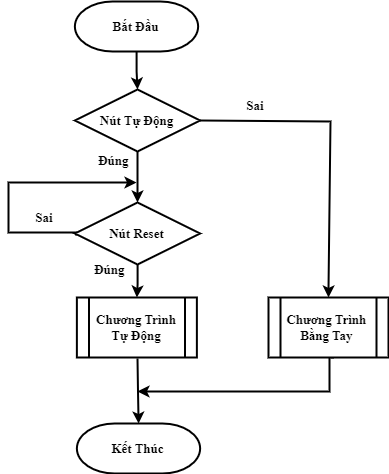
Before: main.png, a diagram exported from draw.io (nguyentienkhoa050401/mon-hoc). Source tidied: cells renumbered, new cells last; positions are measured from the earlier drawing's top-left corner, leaving out a move shared by most shapes.
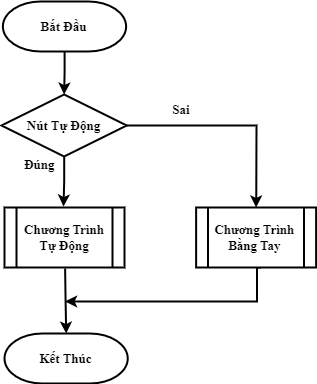
The same diagram one commit later.

Commit message:
Cập nhật main.png

The edit, as a diff of the source:
```diff
@@ -2,77 +2,56 @@
   <root>
     <mxCell id="0" />
     <mxCell id="1" parent="0" />
-    <mxCell id="2" style="edgeStyle=orthogonalEdgeStyle;rounded=0;jettySize=auto;html=1;fontSize=13;fontColor=#000000;strokeWidth=2;fontFamily=Times New Roman;fontStyle=1;entryX=0.5;entryY=0;entryDx=0;entryDy=0;" parent="1" edge="1" source="3" target="6">
+    <mxCell id="2" style="edgeStyle=orthogonalEdgeStyle;rounded=0;jettySize=auto;html=1;entryX=0.5;entryY=0;entryDx=0;entryDy=0;strokeWidth=2;" parent="1" edge="1" source="3" target="6">
       <mxGeometry relative="1" as="geometry" />
     </mxCell>
     <mxCell id="3" value="&lt;span style=&quot;font-size: 13px;&quot;&gt;&lt;font style=&quot;font-size: 13px;&quot;&gt;Bắt Đầu&lt;/font&gt;&lt;/span&gt;" style="fontSize=13;zwfType=basicShape;strokeWidth=2;html=1;shape=mxgraph.flowchart.terminator;whiteSpace=wrap;fontFamily=Times New Roman;fontStyle=1;" parent="1" vertex="1">
-      <mxGeometry x="66.4" width="123.2" height="50" as="geometry" />
+      <mxGeometry x="-31.6" y="-513" width="123.2" height="50" as="geometry" />
     </mxCell>
-    <mxCell id="4" value="Đúng&amp;nbsp;" style="text;html=1;align=center;verticalAlign=middle;whiteSpace=wrap;rounded=0;fillStyle=solid;strokeWidth=2;fontSize=13;fontFamily=Times New Roman;fontStyle=1;" parent="1" vertex="1">
-      <mxGeometry x="73" y="253" width="60" height="30" as="geometry" />
-    </mxCell>
-    <mxCell id="5" style="edgeStyle=orthogonalEdgeStyle;rounded=0;jettySize=auto;html=1;strokeWidth=2;" parent="1" edge="1" source="6" target="16">
-      <mxGeometry relative="1" as="geometry" />
+    <mxCell id="5" style="edgeStyle=orthogonalEdgeStyle;rounded=0;jettySize=auto;html=1;strokeWidth=2;" parent="1" edge="1" source="6">
+      <mxGeometry relative="1" as="geometry">
+        <mxPoint x="29" y="-308" as="targetPoint" />
+      </mxGeometry>
     </mxCell>
     <mxCell id="6" value="Nút Tự Động" style="fontSize=13;spacingLeft=10;spacingRight=10;zwfType=basicShape;strokeWidth=2;rhombus;whiteSpace=wrap;html=1;fontFamily=Times New Roman;fontStyle=1;" parent="1" vertex="1">
-      <mxGeometry x="66.4" y="88" width="125.2" height="62" as="geometry" />
+      <mxGeometry x="-33" y="-420" width="125.2" height="62" as="geometry" />
     </mxCell>
     <mxCell id="7" value="Sai" style="text;html=1;align=center;verticalAlign=middle;whiteSpace=wrap;rounded=0;fillStyle=solid;strokeWidth=2;fontSize=13;fontFamily=Times New Roman;fontStyle=1;" parent="1" vertex="1">
-      <mxGeometry x="217" y="89" width="60" height="30" as="geometry" />
+      <mxGeometry x="117" y="-420" width="60" height="30" as="geometry" />
     </mxCell>
     <mxCell id="8" style="edgeStyle=orthogonalEdgeStyle;rounded=0;jettySize=auto;html=1;strokeWidth=2;" parent="1" edge="1" target="10">
       <mxGeometry relative="1" as="geometry">
-        <mxPoint x="129" y="357" as="sourcePoint" />
+        <mxPoint x="30.6" y="-246" as="sourcePoint" />
       </mxGeometry>
     </mxCell>
     <mxCell id="9" style="edgeStyle=orthogonalEdgeStyle;rounded=0;orthogonalLoop=1;jettySize=auto;html=1;exitX=0.5;exitY=1;exitDx=0;exitDy=0;strokeWidth=2;" parent="1" edge="1">
       <mxGeometry relative="1" as="geometry">
-        <mxPoint x="325" y="356" as="sourcePoint" />
-        <mxPoint x="129" y="390" as="targetPoint" />
+        <mxPoint x="226.6" y="-247" as="sourcePoint" />
+        <mxPoint x="30.6" y="-213" as="targetPoint" />
         <Array as="points">
-          <mxPoint x="321" y="356" />
-          <mxPoint x="321" y="390" />
+          <mxPoint x="222.6" y="-247" />
+          <mxPoint x="222.6" y="-213" />
         </Array>
       </mxGeometry>
     </mxCell>
     <mxCell id="10" value="Kết Thúc" style="fontSize=13;zwfType=basicShape;strokeWidth=2;html=1;shape=mxgraph.flowchart.terminator;whiteSpace=wrap;fontFamily=Times New Roman;fontStyle=1;" parent="1" vertex="1">
-      <mxGeometry x="68.4" y="422" width="123.2" height="50" as="geometry" />
+      <mxGeometry x="-30" y="-181" width="123.2" height="50" as="geometry" />
     </mxCell>
     <mxCell id="11" style="endArrow=classic;html=1;rounded=0;exitX=1;exitY=0.5;exitDx=0;exitDy=0;entryX=0.5;entryY=0;entryDx=0;entryDy=0;strokeWidth=2;" parent="1" edge="1" source="6" target="13">
       <mxGeometry relative="1" as="geometry">
         <Array as="points">
-          <mxPoint x="322" y="120" />
+          <mxPoint x="222" y="-389" />
         </Array>
       </mxGeometry>
     </mxCell>
     <mxCell id="12" value="&lt;b style=&quot;border-color: var(--border-color); font-family: &amp;quot;Times New Roman&amp;quot;; font-size: 13px;&quot;&gt;Chương Trình&lt;br style=&quot;border-color: var(--border-color);&quot;&gt;Tự Động&lt;/b&gt;" style="shape=process;whiteSpace=wrap;html=1;backgroundOutline=1;strokeWidth=2;" parent="1" vertex="1">
-      <mxGeometry x="68.4" y="296" width="120" height="60" as="geometry" />
+      <mxGeometry x="-30" y="-307" width="120" height="60" as="geometry" />
     </mxCell>
     <mxCell id="13" value="&lt;b style=&quot;border-color: var(--border-color); font-family: &amp;quot;Times New Roman&amp;quot;; font-size: 13px;&quot;&gt;Chương Trình&amp;nbsp;&lt;br style=&quot;border-color: var(--border-color);&quot;&gt;Bằng Tay&amp;nbsp;&lt;/b&gt;" style="shape=process;whiteSpace=wrap;html=1;backgroundOutline=1;strokeWidth=2;" parent="1" vertex="1">
-      <mxGeometry x="260" y="296" width="120" height="60" as="geometry" />
+      <mxGeometry x="161.6" y="-307" width="120" height="60" as="geometry" />
     </mxCell>
-    <mxCell id="14" style="edgeStyle=orthogonalEdgeStyle;rounded=0;jettySize=auto;html=1;strokeWidth=2;" parent="1" edge="1" source="16" target="12">
-      <mxGeometry relative="1" as="geometry" />
-    </mxCell>
-    <mxCell id="15" style="edgeStyle=orthogonalEdgeStyle;rounded=0;orthogonalLoop=1;jettySize=auto;html=1;strokeWidth=2;exitX=0;exitY=0.5;exitDx=0;exitDy=0;" parent="1" edge="1">
-      <mxGeometry relative="1" as="geometry">
-        <mxPoint x="67.4" y="234" as="sourcePoint" />
-        <mxPoint x="128" y="181" as="targetPoint" />
-        <Array as="points">
-          <mxPoint x="67" y="231" />
-          <mxPoint y="231" />
-          <mxPoint y="181" />
-        </Array>
-      </mxGeometry>
-    </mxCell>
-    <mxCell id="16" value="Nút Reset" style="fontSize=13;spacingLeft=10;spacingRight=10;zwfType=basicShape;strokeWidth=2;rhombus;whiteSpace=wrap;html=1;fontFamily=Times New Roman;fontStyle=1;" parent="1" vertex="1">
-      <mxGeometry x="66.4" y="201" width="125.2" height="62" as="geometry" />
-    </mxCell>
     <mxCell id="17" value="Đúng&amp;nbsp;" style="text;html=1;align=center;verticalAlign=middle;whiteSpace=wrap;rounded=0;fillStyle=solid;strokeWidth=2;fontSize=13;fontFamily=Times New Roman;fontStyle=1;" parent="1" vertex="1">
-      <mxGeometry x="77" y="144" width="60" height="30" as="geometry" />
+      <mxGeometry x="-23" y="-365" width="60" height="30" as="geometry" />
     </mxCell>
-    <mxCell id="18" value="Sai" style="text;html=1;align=center;verticalAlign=middle;whiteSpace=wrap;rounded=0;fillStyle=solid;strokeWidth=2;fontSize=13;fontFamily=Times New Roman;fontStyle=1;" parent="1" vertex="1">
-      <mxGeometry x="6.4" y="201" width="60" height="30" as="geometry" />
-    </mxCell>
   </root>
 </mxGraphModel>
```
